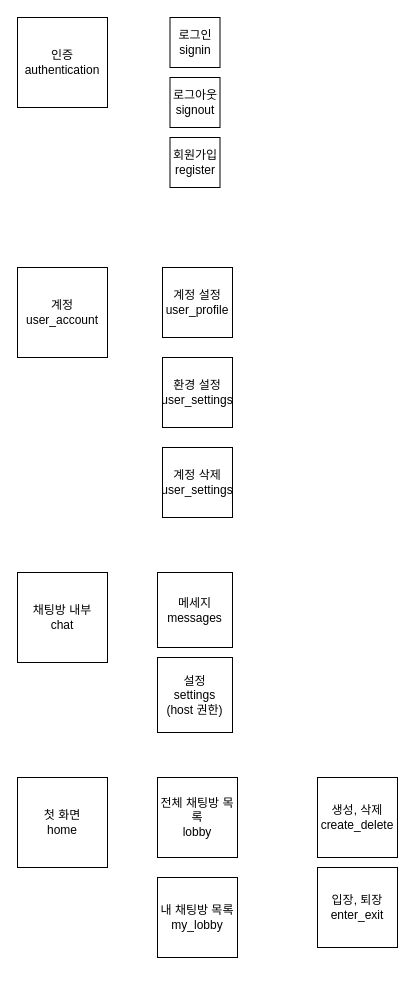
RGB234/meeting_app keeps this draw.io diagram as diagrams/UML.drawio. Above is the earlier version. Source tidied: cells renumbered, new cells numbered last; positions are measured from the earlier drawing's top-left corner, leaving out a move shared by most shapes. Both pictures are drawn from the tidied source at 100%, with x=0, y=0 at pixel (17, 17).
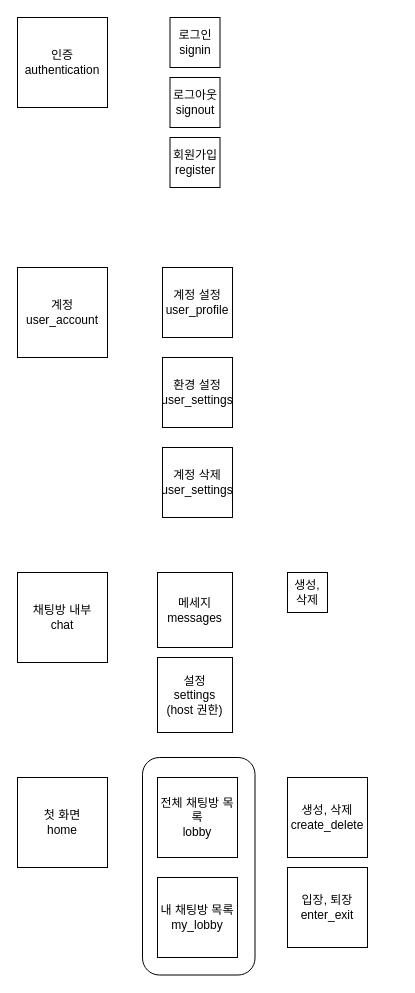
The same page after the edit.

Diff of the diagram source:
```diff
@@
 <mxGraphModel>
   <root>
     <mxCell id="0" />
     <mxCell id="1" parent="0" />
+    <mxCell id="18" style="rounded=1;whiteSpace=wrap;html=1;rotation=90;" parent="1" vertex="1">
+      <mxGeometry x="72.5" y="792.5" width="217.5" height="112.5" as="geometry" />
+    </mxCell>
     <mxCell id="2" value="인증&lt;div&gt;authentication&lt;/div&gt;" style="whiteSpace=wrap;html=1;" parent="1" vertex="1">
       <mxGeometry width="90" height="90" as="geometry" />
     </mxCell>
     <mxCell id="3" value="&lt;div&gt;계정&lt;/div&gt;&lt;div&gt;user_account&lt;/div&gt;" style="whiteSpace=wrap;html=1;" parent="1" vertex="1">
       <mxGeometry y="250" width="90" height="90" as="geometry" />
     </mxCell>
     <mxCell id="4" value="&lt;div&gt;채팅방 내부&lt;/div&gt;&lt;div&gt;chat&lt;/div&gt;" style="whiteSpace=wrap;html=1;" parent="1" vertex="1">
       <mxGeometry y="555" width="90" height="90" as="geometry" />
     </mxCell>
     <mxCell id="5" value="&lt;div&gt;전체 채팅방 목록&lt;/div&gt;&lt;div&gt;lobby&lt;/div&gt;" style="whiteSpace=wrap;html=1;" parent="1" vertex="1">
       <mxGeometry x="140" y="760" width="80" height="80" as="geometry" />
     </mxCell>
     <mxCell id="6" value="첫 화면&lt;div&gt;home&lt;/div&gt;" style="whiteSpace=wrap;html=1;" parent="1" vertex="1">
       <mxGeometry y="760" width="90" height="90" as="geometry" />
     </mxCell>
     <mxCell id="7" value="&lt;div&gt;내 채팅방 목록&lt;/div&gt;&lt;div&gt;my_&lt;span style=&quot;background-color: initial;&quot;&gt;lobby&lt;/span&gt;&lt;/div&gt;" style="whiteSpace=wrap;html=1;" parent="1" vertex="1">
       <mxGeometry x="140" y="860" width="80" height="80" as="geometry" />
     </mxCell>
     <mxCell id="8" value="&lt;div&gt;로그인&lt;/div&gt;signin" style="whiteSpace=wrap;html=1;" parent="1" vertex="1">
       <mxGeometry x="152.5" width="50" height="50" as="geometry" />
     </mxCell>
     <mxCell id="9" value="&lt;div&gt;로그아웃&lt;/div&gt;signout" style="whiteSpace=wrap;html=1;" parent="1" vertex="1">
       <mxGeometry x="152.5" y="60" width="50" height="50" as="geometry" />
     </mxCell>
     <mxCell id="10" value="&lt;div&gt;회원가입register&lt;/div&gt;" style="whiteSpace=wrap;html=1;" parent="1" vertex="1">
       <mxGeometry x="152.5" y="120" width="50" height="50" as="geometry" />
     </mxCell>
     <mxCell id="11" value="계정 설정&lt;div&gt;&lt;/div&gt;&lt;div&gt;user_profile&lt;/div&gt;" style="whiteSpace=wrap;html=1;" parent="1" vertex="1">
       <mxGeometry x="145" y="250" width="70" height="70" as="geometry" />
     </mxCell>
     <mxCell id="12" value="환경 설정&lt;div&gt;&lt;/div&gt;&lt;div&gt;user_settings&lt;/div&gt;" style="whiteSpace=wrap;html=1;" parent="1" vertex="1">
       <mxGeometry x="145" y="340" width="70" height="70" as="geometry" />
     </mxCell>
     <mxCell id="13" value="계정 삭제&lt;div&gt;user_settings&lt;/div&gt;" style="whiteSpace=wrap;html=1;" parent="1" vertex="1">
       <mxGeometry x="145" y="430" width="70" height="70" as="geometry" />
     </mxCell>
     <mxCell id="14" value="&lt;div&gt;&lt;span style=&quot;background-color: initial;&quot;&gt;생성, 삭제&lt;/span&gt;&lt;br&gt;&lt;/div&gt;&lt;div&gt;create_delete&lt;span style=&quot;background-color: initial;&quot;&gt;&lt;br&gt;&lt;/span&gt;&lt;/div&gt;" style="whiteSpace=wrap;html=1;" parent="1" vertex="1">
-      <mxGeometry x="300" y="760" width="80" height="80" as="geometry" />
+      <mxGeometry x="270" y="760" width="80" height="80" as="geometry" />
     </mxCell>
     <mxCell id="15" value="입장, 퇴장&lt;div&gt;enter_exit&lt;/div&gt;" style="whiteSpace=wrap;html=1;" parent="1" vertex="1">
-      <mxGeometry x="300" y="850" width="80" height="80" as="geometry" />
+      <mxGeometry x="270" y="850" width="80" height="80" as="geometry" />
     </mxCell>
     <mxCell id="16" value="&lt;div&gt;메세지&lt;/div&gt;&lt;div&gt;messages&lt;/div&gt;" style="whiteSpace=wrap;html=1;" parent="1" vertex="1">
       <mxGeometry x="140" y="555" width="75" height="75" as="geometry" />
     </mxCell>
     <mxCell id="17" value="&lt;div&gt;설정&lt;/div&gt;&lt;div&gt;settings&lt;/div&gt;&lt;div&gt;(host 권한)&lt;/div&gt;" style="whiteSpace=wrap;html=1;" parent="1" vertex="1">
       <mxGeometry x="140" y="640" width="75" height="75" as="geometry" />
     </mxCell>
+    <mxCell id="19" value="&lt;div&gt;&lt;span style=&quot;background-color: initial;&quot;&gt;생성,&lt;/span&gt;&lt;/div&gt;&lt;div&gt;&lt;span style=&quot;background-color: initial;&quot;&gt;삭제&lt;/span&gt;&lt;/div&gt;" style="whiteSpace=wrap;html=1;" parent="1" vertex="1">
+      <mxGeometry x="270" y="555" width="40" height="40" as="geometry" />
+    </mxCell>
   </root>
 </mxGraphModel>
```
